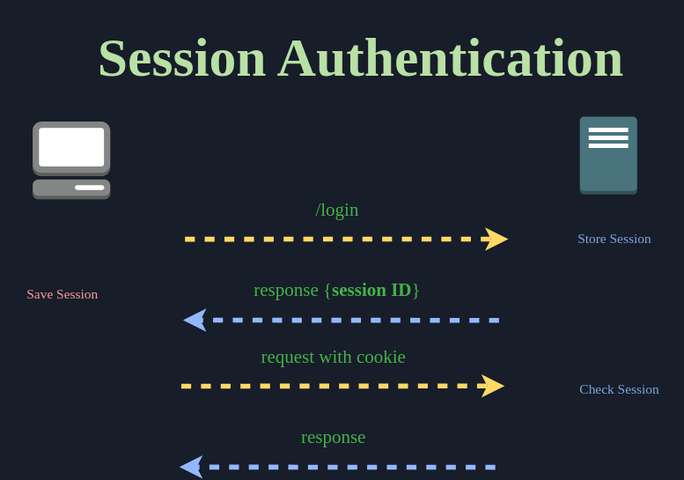
Above: authenticationAndAuthorisation/.img/authentication.drawio.svg in RomanPodkovyrin/Notes (draw.io), before the change. Source tidied: cells renumbered, new cells last; positions are measured from the earlier drawing's top-left corner, leaving out a move shared by most shapes.
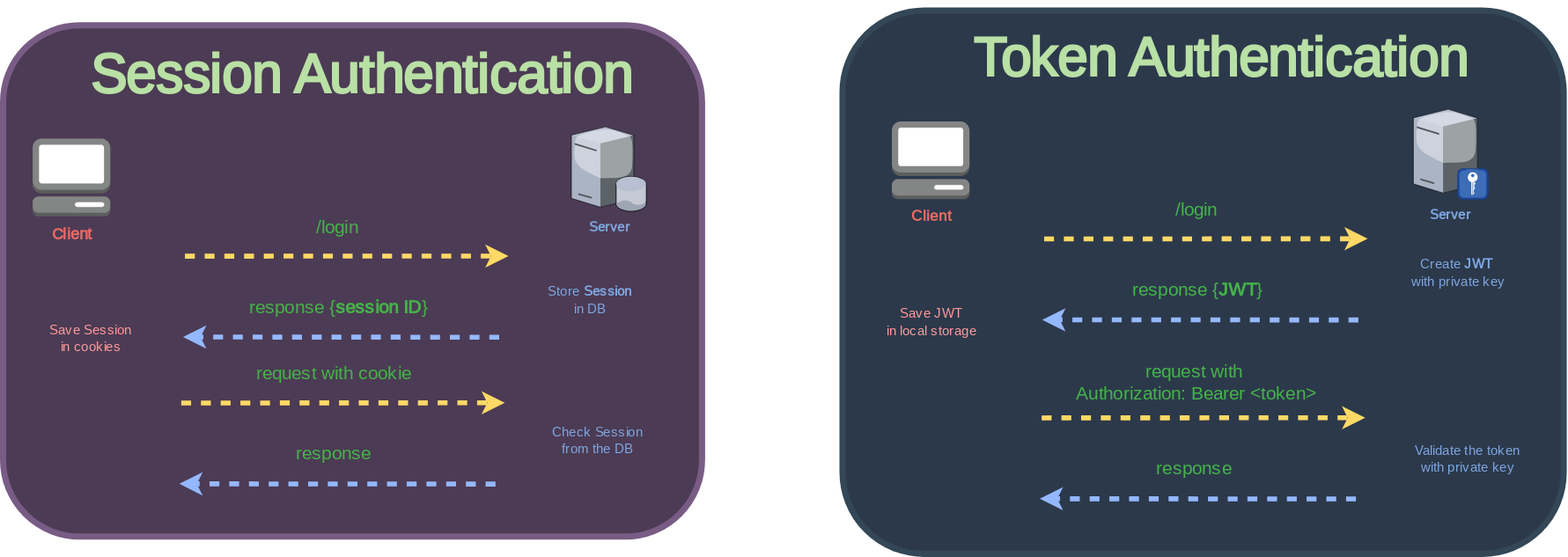
After the change.

Diff of the diagram source:
```diff
@@ -2,59 +2,119 @@
   <root>
     <mxCell id="0" />
     <mxCell id="1" parent="0" />
-    <mxCell id="2" style="dashed=0;verticalLabelPosition=bottom;verticalAlign=top;align=center;html=1;shape=mxgraph.aws3.management_console;fillColor=#848585;gradientColor=none;fontFamily=Tahoma;" parent="1" vertex="1">
-      <mxGeometry x="26" y="98" width="63" height="63" as="geometry" />
+    <mxCell id="2" style="rounded=1;whiteSpace=wrap;html=1;fillColor=#4C3B54;strokeColor=#785C85;strokeWidth=5;fontFamily=Tahoma;gradientColor=none;gradientDirection=south;" parent="1" vertex="1">
+      <mxGeometry x="2" y="6" width="567" height="415" as="geometry" />
     </mxCell>
-    <mxCell id="3" style="dashed=0;verticalLabelPosition=bottom;verticalAlign=top;align=center;html=1;shape=mxgraph.aws3.traditional_server;fillColor=#4A747D;gradientColor=none;fontFamily=Tahoma;" parent="1" vertex="1">
-      <mxGeometry x="470" y="94" width="46.5" height="63" as="geometry" />
+    <mxCell id="3" style="rounded=1;whiteSpace=wrap;html=1;fillColor=#2C394B;strokeColor=#334756;strokeWidth=5;fontFamily=Tahoma;" parent="1" vertex="1">
+      <mxGeometry x="683" y="-6" width="585" height="441" as="geometry" />
     </mxCell>
-    <mxCell id="4" style="endArrow=classic;html=1;rounded=1;shadow=0;labelBackgroundColor=default;comic=0;strokeColor=#FFD966;strokeWidth=4;align=center;verticalAlign=middle;fontFamily=Helvetica;fontSize=11;fontColor=default;shape=connector;exitX=0.332;exitY=0.378;exitDx=0;exitDy=0;exitPerimeter=0;flowAnimation=1;" parent="1" edge="1">
-      <mxGeometry relative="1" as="geometry">
-        <mxPoint x="149" y="193.4" as="sourcePoint" />
-        <mxPoint x="412" y="193.2" as="targetPoint" />
-      </mxGeometry>
+    <mxCell id="4" value="&lt;font style=&quot;font-size: 13px;&quot; color=&quot;#ea6b66&quot; face=&quot;Space Mono&quot;&gt;&lt;b&gt;Client&lt;/b&gt;&lt;/font&gt;" style="dashed=0;verticalLabelPosition=bottom;verticalAlign=top;align=center;html=1;shape=mxgraph.aws3.management_console;fillColor=#848585;gradientColor=none;fontFamily=Tahoma;" parent="1" vertex="1">
+      <mxGeometry x="26" y="98" width="63" height="63" as="geometry" />
     </mxCell>
-    <mxCell id="5" value="&lt;font face=&quot;Space Mono&quot; style=&quot;font-size: 15px;&quot; color=&quot;#44b348&quot;&gt;/login&lt;/font&gt;" style="text;html=1;align=center;verticalAlign=middle;strokeColor=none;fillColor=none;fontSize=11;fontFamily=Helvetica;fontColor=default;" parent="1" vertex="1">
-      <mxGeometry x="236" y="154" width="73" height="30" as="geometry" />
+    <mxCell id="5" style="endArrow=classic;html=1;rounded=1;shadow=0;labelBackgroundColor=default;comic=0;strokeColor=#FFD966;strokeWidth=4;align=center;verticalAlign=middle;fontFamily=Helvetica;fontSize=11;fontColor=default;shape=connector;exitX=0.332;exitY=0.378;exitDx=0;exitDy=0;exitPerimeter=0;flowAnimation=1;" parent="1" edge="1">
+      <mxGeometry relative="1" as="geometry">
+        <mxPoint x="149" y="193.4" as="sourcePoint" />
+        <mxPoint x="412" y="193.2" as="targetPoint" />
+      </mxGeometry>
     </mxCell>
-    <mxCell id="6" value="&lt;font color=&quot;#7ea6e0&quot; face=&quot;Space Mono&quot;&gt;Store Session&lt;/font&gt;" style="text;html=1;align=center;verticalAlign=middle;strokeColor=none;fillColor=none;fontSize=11;fontFamily=Helvetica;fontColor=default;" parent="1" vertex="1">
-      <mxGeometry x="445" y="180" width="106" height="26" as="geometry" />
+    <mxCell id="6" value="&lt;font face=&quot;Space Mono&quot; style=&quot;font-size: 15px;&quot; color=&quot;#44b348&quot;&gt;/login&lt;/font&gt;" style="text;html=1;align=center;verticalAlign=middle;strokeColor=none;fillColor=none;fontSize=11;fontFamily=Helvetica;fontColor=default;" parent="1" vertex="1">
+      <mxGeometry x="236" y="154" width="73" height="30" as="geometry" />
     </mxCell>
-    <mxCell id="7" value="&lt;font color=&quot;#7ea6e0&quot; face=&quot;Space Mono&quot;&gt;Check Session&lt;/font&gt;" style="text;html=1;align=center;verticalAlign=middle;strokeColor=none;fillColor=none;fontSize=11;fontFamily=Helvetica;fontColor=default;" parent="1" vertex="1">
-      <mxGeometry x="449" y="302" width="106" height="26" as="geometry" />
+    <mxCell id="7" value="&lt;font color=&quot;#7ea6e0&quot; face=&quot;Space Mono&quot;&gt;Store &lt;b&gt;Session&lt;/b&gt;&lt;br&gt;in DB&lt;/font&gt;" style="text;html=1;align=center;verticalAlign=middle;strokeColor=none;fillColor=none;fontSize=11;fontFamily=Helvetica;fontColor=default;" parent="1" vertex="1">
+      <mxGeometry x="425" y="209" width="106" height="40" as="geometry" />
     </mxCell>
-    <mxCell id="8" value="&lt;font color=&quot;#ff9999&quot; face=&quot;Space Mono&quot;&gt;Save Session&lt;/font&gt;" style="text;html=1;align=center;verticalAlign=middle;strokeColor=none;fillColor=none;fontSize=11;fontFamily=Helvetica;fontColor=default;" parent="1" vertex="1">
-      <mxGeometry y="225" width="99" height="26" as="geometry" />
+    <mxCell id="8" value="&lt;font color=&quot;#7ea6e0&quot; face=&quot;Space Mono&quot;&gt;Check Session&lt;br&gt;from the DB&lt;/font&gt;" style="text;html=1;align=center;verticalAlign=middle;strokeColor=none;fillColor=none;fontSize=11;fontFamily=Helvetica;fontColor=default;" parent="1" vertex="1">
+      <mxGeometry x="431" y="323" width="106" height="40" as="geometry" />
     </mxCell>
-    <mxCell id="9" style="endArrow=classic;html=1;rounded=1;shadow=0;labelBackgroundColor=default;comic=0;strokeColor=#94B8FF;strokeWidth=4;align=center;verticalAlign=middle;fontFamily=Helvetica;fontSize=11;fontColor=default;shape=connector;flowAnimation=1;" parent="1" edge="1">
-      <mxGeometry relative="1" as="geometry">
-        <mxPoint x="405" y="259.2" as="sourcePoint" />
-        <mxPoint x="148" y="259" as="targetPoint" />
-      </mxGeometry>
+    <mxCell id="9" value="&lt;font color=&quot;#ff9999&quot; face=&quot;Space Mono&quot;&gt;Save Session&lt;br&gt;in cookies&lt;br&gt;&lt;/font&gt;" style="text;html=1;align=center;verticalAlign=middle;strokeColor=none;fillColor=none;fontSize=11;fontFamily=Helvetica;fontColor=default;" parent="1" vertex="1">
+      <mxGeometry x="23" y="240.1" width="99" height="40" as="geometry" />
     </mxCell>
-    <mxCell id="10" value="&lt;font face=&quot;Space Mono&quot; style=&quot;font-size: 15px;&quot; color=&quot;#44b348&quot;&gt;response {&lt;b&gt;session ID&lt;/b&gt;}&lt;/font&gt;" style="text;html=1;align=center;verticalAlign=middle;strokeColor=none;fillColor=none;fontSize=11;fontFamily=Helvetica;fontColor=default;" parent="1" vertex="1">
-      <mxGeometry x="168" y="219" width="211" height="30" as="geometry" />
+    <mxCell id="10" style="endArrow=classic;html=1;rounded=1;shadow=0;labelBackgroundColor=default;comic=0;strokeColor=#94B8FF;strokeWidth=4;align=center;verticalAlign=middle;fontFamily=Helvetica;fontSize=11;fontColor=default;shape=connector;flowAnimation=1;" parent="1" edge="1">
+      <mxGeometry relative="1" as="geometry">
+        <mxPoint x="405" y="259.2" as="sourcePoint" />
+        <mxPoint x="148" y="259" as="targetPoint" />
+      </mxGeometry>
     </mxCell>
-    <mxCell id="11" style="endArrow=classic;html=1;rounded=1;shadow=0;labelBackgroundColor=default;comic=0;strokeColor=#FFD966;strokeWidth=4;align=center;verticalAlign=middle;fontFamily=Helvetica;fontSize=11;fontColor=default;shape=connector;exitX=0.332;exitY=0.378;exitDx=0;exitDy=0;exitPerimeter=0;flowAnimation=1;" parent="1" edge="1">
-      <mxGeometry relative="1" as="geometry">
-        <mxPoint x="146" y="312.6" as="sourcePoint" />
-        <mxPoint x="409" y="312.4" as="targetPoint" />
-      </mxGeometry>
+    <mxCell id="11" value="&lt;font face=&quot;Space Mono&quot; style=&quot;font-size: 15px;&quot; color=&quot;#44b348&quot;&gt;response {&lt;b&gt;session ID&lt;/b&gt;}&lt;/font&gt;" style="text;html=1;align=center;verticalAlign=middle;strokeColor=none;fillColor=none;fontSize=11;fontFamily=Helvetica;fontColor=default;" parent="1" vertex="1">
+      <mxGeometry x="168" y="219" width="211" height="30" as="geometry" />
     </mxCell>
-    <mxCell id="12" value="&lt;font face=&quot;Space Mono&quot; style=&quot;font-size: 15px;&quot; color=&quot;#44b348&quot;&gt;request with cookie&lt;/font&gt;" style="text;html=1;align=center;verticalAlign=middle;strokeColor=none;fillColor=none;fontSize=11;fontFamily=Helvetica;fontColor=default;" parent="1" vertex="1">
-      <mxGeometry x="174" y="273.1" width="192" height="30" as="geometry" />
+    <mxCell id="12" style="endArrow=classic;html=1;rounded=1;shadow=0;labelBackgroundColor=default;comic=0;strokeColor=#FFD966;strokeWidth=4;align=center;verticalAlign=middle;fontFamily=Helvetica;fontSize=11;fontColor=default;shape=connector;exitX=0.332;exitY=0.378;exitDx=0;exitDy=0;exitPerimeter=0;flowAnimation=1;" parent="1" edge="1">
+      <mxGeometry relative="1" as="geometry">
+        <mxPoint x="146" y="312.6" as="sourcePoint" />
+        <mxPoint x="409" y="312.4" as="targetPoint" />
+      </mxGeometry>
     </mxCell>
-    <mxCell id="13" style="endArrow=classic;html=1;rounded=1;shadow=0;labelBackgroundColor=default;comic=0;strokeColor=#94B8FF;strokeWidth=4;align=center;verticalAlign=middle;fontFamily=Helvetica;fontSize=11;fontColor=default;shape=connector;flowAnimation=1;" parent="1" edge="1">
-      <mxGeometry relative="1" as="geometry">
-        <mxPoint x="402" y="378.3" as="sourcePoint" />
-        <mxPoint x="145" y="378.2" as="targetPoint" />
-      </mxGeometry>
+    <mxCell id="13" value="&lt;font face=&quot;Space Mono&quot; style=&quot;font-size: 15px;&quot; color=&quot;#44b348&quot;&gt;request with cookie&lt;/font&gt;" style="text;html=1;align=center;verticalAlign=middle;strokeColor=none;fillColor=none;fontSize=11;fontFamily=Helvetica;fontColor=default;" parent="1" vertex="1">
+      <mxGeometry x="174" y="273.1" width="192" height="30" as="geometry" />
     </mxCell>
-    <mxCell id="14" value="&lt;font face=&quot;Space Mono&quot; style=&quot;font-size: 15px;&quot; color=&quot;#44b348&quot;&gt;response&lt;/font&gt;" style="text;html=1;align=center;verticalAlign=middle;strokeColor=none;fillColor=none;fontSize=11;fontFamily=Helvetica;fontColor=default;" parent="1" vertex="1">
-      <mxGeometry x="224" y="338.2" width="91" height="30" as="geometry" />
+    <mxCell id="14" style="endArrow=classic;html=1;rounded=1;shadow=0;labelBackgroundColor=default;comic=0;strokeColor=#94B8FF;strokeWidth=4;align=center;verticalAlign=middle;fontFamily=Helvetica;fontSize=11;fontColor=default;shape=connector;flowAnimation=1;" parent="1" edge="1">
+      <mxGeometry relative="1" as="geometry">
+        <mxPoint x="402" y="378.3" as="sourcePoint" />
+        <mxPoint x="145" y="378.2" as="targetPoint" />
+      </mxGeometry>
     </mxCell>
-    <mxCell id="15" value="&lt;h1&gt;&lt;font color=&quot;#b9e0a5&quot; style=&quot;font-size: 44px;&quot; face=&quot;Pixelify Sans&quot;&gt;Session Authentication&lt;/font&gt;&lt;/h1&gt;" style="text;html=1;align=center;verticalAlign=middle;strokeColor=none;fillColor=none;fontSize=11;fontFamily=Helvetica;fontColor=default;" parent="1" vertex="1">
-      <mxGeometry x="32" width="519" height="94" as="geometry" />
+    <mxCell id="15" value="&lt;font face=&quot;Space Mono&quot; style=&quot;font-size: 15px;&quot; color=&quot;#44b348&quot;&gt;response&lt;/font&gt;" style="text;html=1;align=center;verticalAlign=middle;strokeColor=none;fillColor=none;fontSize=11;fontFamily=Helvetica;fontColor=default;" parent="1" vertex="1">
+      <mxGeometry x="224" y="338.2" width="91" height="30" as="geometry" />
     </mxCell>
+    <mxCell id="16" value="&lt;h1&gt;&lt;font color=&quot;#b9e0a5&quot; style=&quot;font-size: 44px;&quot; face=&quot;Pixelify Sans&quot;&gt;Session Authentication&lt;/font&gt;&lt;/h1&gt;" style="text;html=1;align=center;verticalAlign=middle;strokeColor=none;fillColor=none;fontSize=11;fontFamily=Helvetica;fontColor=default;" parent="1" vertex="1">
+      <mxGeometry x="32" width="519" height="94" as="geometry" />
+    </mxCell>
+    <mxCell id="17" value="Client" style="dashed=0;verticalLabelPosition=bottom;verticalAlign=top;align=center;html=1;shape=mxgraph.aws3.management_console;fillColor=#848585;gradientColor=none;fontFamily=Space Mono;fontSource=https%3A%2F%2Ffonts.googleapis.com%2Fcss%3Ffamily%3DSpace%2BMono;fontStyle=1;fontColor=#EA6B66;" parent="1" vertex="1">
+      <mxGeometry x="723" y="84" width="63" height="63" as="geometry" />
+    </mxCell>
+    <mxCell id="18" style="endArrow=classic;html=1;rounded=1;shadow=0;labelBackgroundColor=default;comic=0;strokeColor=#FFD966;strokeWidth=4;align=center;verticalAlign=middle;fontFamily=Helvetica;fontSize=11;fontColor=default;shape=connector;exitX=0.332;exitY=0.378;exitDx=0;exitDy=0;exitPerimeter=0;flowAnimation=1;" parent="1" edge="1">
+      <mxGeometry relative="1" as="geometry">
+        <mxPoint x="846" y="179.4" as="sourcePoint" />
+        <mxPoint x="1109" y="179.2" as="targetPoint" />
+      </mxGeometry>
+    </mxCell>
+    <mxCell id="19" value="&lt;font face=&quot;Space Mono&quot; style=&quot;font-size: 15px;&quot; color=&quot;#44b348&quot;&gt;/login&lt;/font&gt;" style="text;html=1;align=center;verticalAlign=middle;strokeColor=none;fillColor=none;fontSize=11;fontFamily=Helvetica;fontColor=default;" parent="1" vertex="1">
+      <mxGeometry x="933" y="140" width="73" height="30" as="geometry" />
+    </mxCell>
+    <mxCell id="20" value="&lt;font color=&quot;#7ea6e0&quot; face=&quot;Space Mono&quot;&gt;Create &lt;b&gt;JWT&lt;/b&gt;&lt;br&gt;&amp;nbsp;with private key&lt;/font&gt;" style="text;html=1;align=center;verticalAlign=middle;strokeColor=none;fillColor=none;fontSize=11;fontFamily=Helvetica;fontColor=default;" parent="1" vertex="1">
+      <mxGeometry x="1115" y="187" width="132" height="40" as="geometry" />
+    </mxCell>
+    <mxCell id="21" value="&lt;font color=&quot;#7ea6e0&quot; face=&quot;Space Mono&quot;&gt;Validate the token&lt;br&gt;with private key&lt;br&gt;&lt;/font&gt;" style="text;html=1;align=center;verticalAlign=middle;strokeColor=none;fillColor=none;fontSize=11;fontFamily=Helvetica;fontColor=default;" parent="1" vertex="1">
+      <mxGeometry x="1120" y="338" width="139" height="40" as="geometry" />
+    </mxCell>
+    <mxCell id="22" value="&lt;font color=&quot;#ff9999&quot; face=&quot;Space Mono&quot;&gt;Save JWT&lt;br&gt;in local storage&lt;br&gt;&lt;/font&gt;" style="text;html=1;align=center;verticalAlign=middle;strokeColor=none;fillColor=none;fontSize=11;fontFamily=Helvetica;fontColor=default;" parent="1" vertex="1">
+      <mxGeometry x="691.5" y="227" width="126" height="40" as="geometry" />
+    </mxCell>
+    <mxCell id="23" style="endArrow=classic;html=1;rounded=1;shadow=0;labelBackgroundColor=default;comic=0;strokeColor=#94B8FF;strokeWidth=4;align=center;verticalAlign=middle;fontFamily=Helvetica;fontSize=11;fontColor=default;shape=connector;flowAnimation=1;" parent="1" edge="1">
+      <mxGeometry relative="1" as="geometry">
+        <mxPoint x="1102" y="245.2" as="sourcePoint" />
+        <mxPoint x="845" y="245" as="targetPoint" />
+      </mxGeometry>
+    </mxCell>
+    <mxCell id="24" value="&lt;font face=&quot;Space Mono&quot; style=&quot;font-size: 15px;&quot; color=&quot;#44b348&quot;&gt;response {&lt;b&gt;JWT&lt;/b&gt;}&lt;/font&gt;" style="text;html=1;align=center;verticalAlign=middle;strokeColor=none;fillColor=none;fontSize=11;fontFamily=Helvetica;fontColor=default;" parent="1" vertex="1">
+      <mxGeometry x="897" y="205" width="147" height="30" as="geometry" />
+    </mxCell>
+    <mxCell id="25" style="endArrow=classic;html=1;rounded=1;shadow=0;labelBackgroundColor=default;comic=0;strokeColor=#FFD966;strokeWidth=4;align=center;verticalAlign=middle;fontFamily=Helvetica;fontSize=11;fontColor=default;shape=connector;exitX=0.332;exitY=0.378;exitDx=0;exitDy=0;exitPerimeter=0;flowAnimation=1;" parent="1" edge="1">
+      <mxGeometry relative="1" as="geometry">
+        <mxPoint x="844" y="324.7" as="sourcePoint" />
+        <mxPoint x="1107" y="324.5" as="targetPoint" />
+      </mxGeometry>
+    </mxCell>
+    <mxCell id="26" value="&lt;font face=&quot;Space Mono&quot; style=&quot;font-size: 15px;&quot; color=&quot;#44b348&quot;&gt;request with&amp;nbsp;&lt;br&gt;Authorization: Bearer &amp;lt;token&amp;gt;&lt;br&gt;&lt;/font&gt;" style="text;html=1;align=center;verticalAlign=middle;strokeColor=none;fillColor=none;fontSize=11;fontFamily=Helvetica;fontColor=default;" parent="1" vertex="1">
+      <mxGeometry x="827.5" y="270.7" width="284" height="48" as="geometry" />
+    </mxCell>
+    <mxCell id="27" style="endArrow=classic;html=1;rounded=1;shadow=0;labelBackgroundColor=default;comic=0;strokeColor=#94B8FF;strokeWidth=4;align=center;verticalAlign=middle;fontFamily=Helvetica;fontSize=11;fontColor=default;shape=connector;flowAnimation=1;" parent="1" edge="1">
+      <mxGeometry relative="1" as="geometry">
+        <mxPoint x="1100" y="390.4" as="sourcePoint" />
+        <mxPoint x="843" y="390.3" as="targetPoint" />
+      </mxGeometry>
+    </mxCell>
+    <mxCell id="28" value="&lt;font face=&quot;Space Mono&quot; style=&quot;font-size: 15px;&quot; color=&quot;#44b348&quot;&gt;response&lt;/font&gt;" style="text;html=1;align=center;verticalAlign=middle;strokeColor=none;fillColor=none;fontSize=11;fontFamily=Helvetica;fontColor=default;" parent="1" vertex="1">
+      <mxGeometry x="922" y="350.3" width="91" height="30" as="geometry" />
+    </mxCell>
+    <mxCell id="29" value="&lt;h1&gt;&lt;font color=&quot;#b9e0a5&quot; style=&quot;font-size: 44px;&quot; face=&quot;Pixelify Sans&quot;&gt;Token Authentication&lt;/font&gt;&lt;/h1&gt;" style="text;html=1;align=center;verticalAlign=middle;strokeColor=none;fillColor=none;fontSize=11;fontFamily=Helvetica;fontColor=default;" parent="1" vertex="1">
+      <mxGeometry x="749" y="-14" width="480" height="94" as="geometry" />
+    </mxCell>
+    <mxCell id="30" value="&lt;font color=&quot;#7ea6e0&quot; face=&quot;Space Mono&quot;&gt;&lt;b&gt;Server&lt;/b&gt;&lt;/font&gt;" style="verticalLabelPosition=bottom;sketch=0;html=1;verticalAlign=top;strokeColor=none;align=center;shape=mxgraph.citrix.database_server;fontFamily=Helvetica;fontSize=11;fontColor=default;" parent="1" vertex="1">
+      <mxGeometry x="463" y="88.4" width="61" height="68.6" as="geometry" />
+    </mxCell>
+    <mxCell id="31" value="&lt;font color=&quot;#7ea6e0&quot; face=&quot;Space Mono&quot;&gt;&lt;b&gt;Server&lt;/b&gt;&lt;/font&gt;" style="verticalLabelPosition=bottom;sketch=0;html=1;verticalAlign=top;strokeColor=none;align=center;shape=mxgraph.citrix.radius_server;fontFamily=Helvetica;fontSize=11;fontColor=default;" parent="1" vertex="1">
+      <mxGeometry x="1146" y="74.1" width="60.5" height="72.9" as="geometry" />
+    </mxCell>
   </root>
 </mxGraphModel>
```
